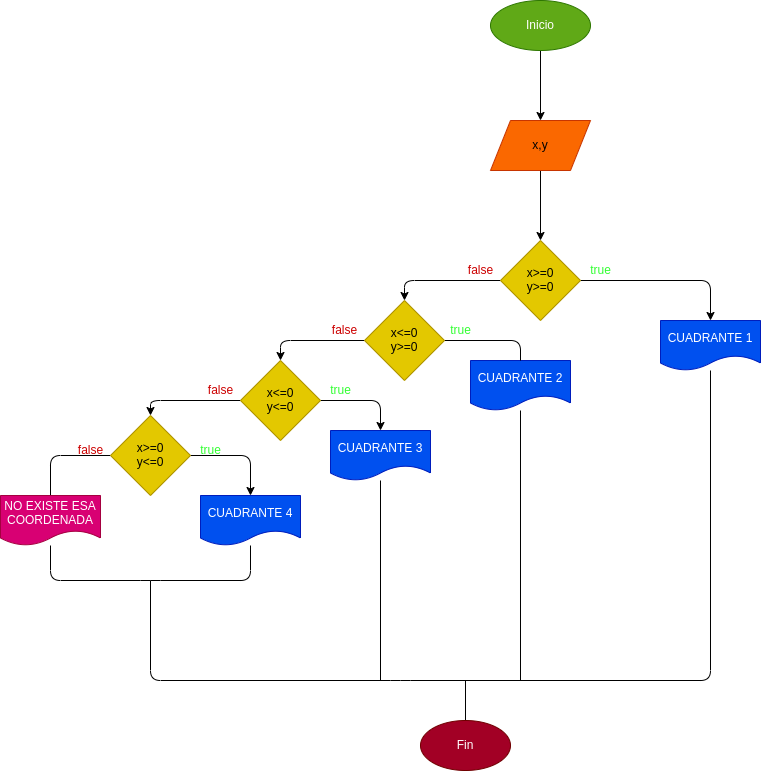
Above: ejercicio1/diagrama.png in Paugs09/estructuras_condicionales (draw.io), before the change. Source tidied: cells renumbered, new cells last; positions are measured from the earlier drawing's top-left corner, leaving out a move shared by most shapes.
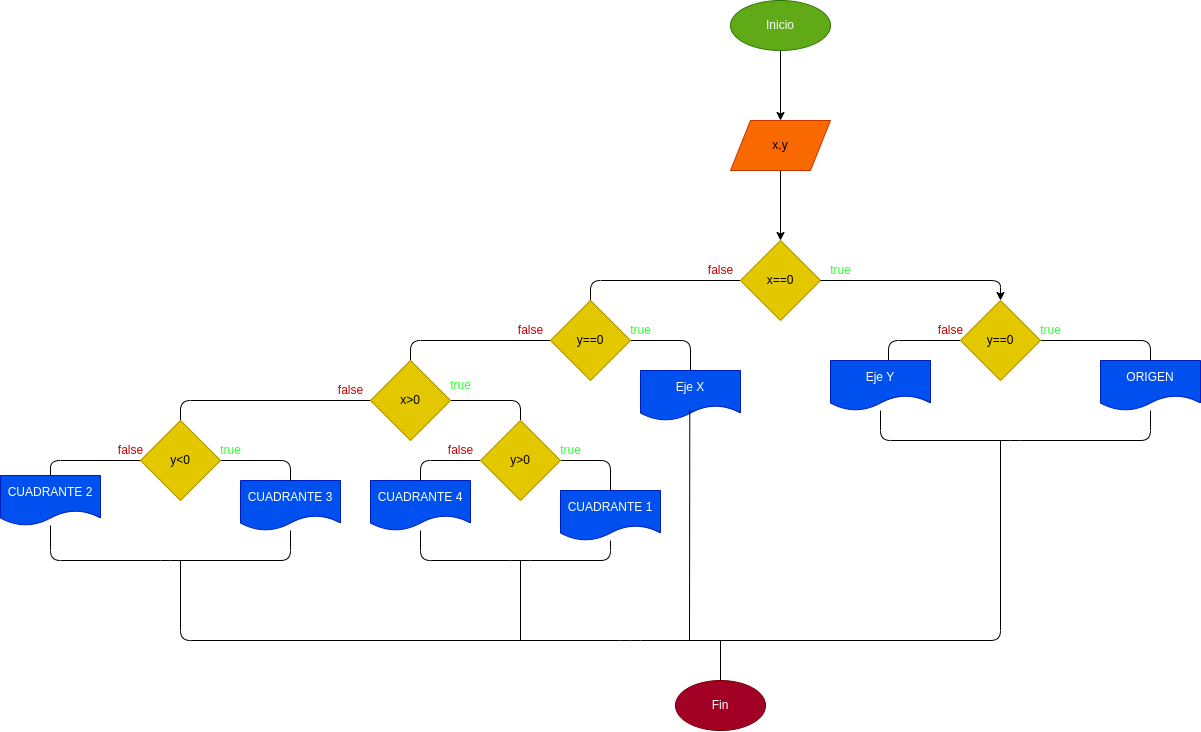
After the change.

Commit message:
Correcion diagrama1

What changed in the source:
```diff
@@ -14,149 +14,222 @@
     <mxCell id="5" value="x,y" style="shape=parallelogram;perimeter=parallelogramPerimeter;whiteSpace=wrap;html=1;fixedSize=1;fillColor=#fa6800;fontColor=#000000;strokeColor=#C73500;" parent="1" vertex="1">
       <mxGeometry x="490" y="120" width="100" height="50" as="geometry" />
     </mxCell>
-    <mxCell id="6" style="edgeStyle=none;html=1;" parent="1" edge="1" source="8" target="10">
-      <mxGeometry relative="1" as="geometry">
-        <Array as="points">
-          <mxPoint x="710" y="280" />
-        </Array>
-      </mxGeometry>
-    </mxCell>
-    <mxCell id="7" style="edgeStyle=none;html=1;" parent="1" edge="1" source="8" target="21">
-      <mxGeometry relative="1" as="geometry">
-        <Array as="points">
-          <mxPoint x="404" y="280" />
-        </Array>
-      </mxGeometry>
-    </mxCell>
+    <mxCell id="37" style="edgeStyle=none;html=1;startArrow=none;startFill=0;endArrow=none;endFill=0;" parent="1" edge="1" source="8" target="54">
+      <mxGeometry relative="1" as="geometry">
+        <Array as="points">
+          <mxPoint x="350" y="280" />
+        </Array>
+      </mxGeometry>
+    </mxCell>
-    <mxCell id="8" value="x&amp;gt;=0&lt;br&gt;y&amp;gt;=0" style="rhombus;whiteSpace=wrap;html=1;fillColor=#e3c800;fontColor=#000000;strokeColor=#B09500;" parent="1" vertex="1">
+    <mxCell id="8" value="x==0" style="rhombus;whiteSpace=wrap;html=1;fillColor=#e3c800;fontColor=#000000;strokeColor=#B09500;" parent="1" vertex="1">
       <mxGeometry x="500" y="240" width="80" height="80" as="geometry" />
     </mxCell>
-    <mxCell id="9" style="edgeStyle=none;html=1;endArrow=none;endFill=0;" parent="1" edge="1" source="10">
-      <mxGeometry relative="1" as="geometry">
-        <mxPoint x="150" y="580" as="targetPoint" />
-        <Array as="points">
-          <mxPoint x="710" y="680" />
-          <mxPoint x="400" y="680" />
-          <mxPoint x="150" y="680" />
-        </Array>
-      </mxGeometry>
-    </mxCell>
     <mxCell id="10" value="CUADRANTE 1" style="shape=document;whiteSpace=wrap;html=1;boundedLbl=1;fillColor=#0050ef;fontColor=#ffffff;strokeColor=#001DBC;" parent="1" vertex="1">
-      <mxGeometry x="660" y="320" width="100" height="50" as="geometry" />
+      <mxGeometry x="320" y="490" width="100" height="50" as="geometry" />
     </mxCell>
-    <mxCell id="11" style="edgeStyle=none;html=1;endArrow=none;endFill=0;" parent="1" edge="1" source="12">
-      <mxGeometry relative="1" as="geometry">
-        <mxPoint x="520" y="680" as="targetPoint" />
-      </mxGeometry>
-    </mxCell>
+    <mxCell id="38" style="edgeStyle=none;html=1;startArrow=none;startFill=0;endArrow=none;endFill=0;" parent="1" edge="1" source="12" target="15">
+      <mxGeometry relative="1" as="geometry">
+        <Array as="points">
+          <mxPoint x="-190" y="560" />
+          <mxPoint x="-70" y="560" />
+          <mxPoint x="50" y="560" />
+        </Array>
+      </mxGeometry>
+    </mxCell>
     <mxCell id="12" value="CUADRANTE 2" style="shape=document;whiteSpace=wrap;html=1;boundedLbl=1;fillColor=#0050ef;fontColor=#ffffff;strokeColor=#001DBC;" parent="1" vertex="1">
-      <mxGeometry x="470" y="360" width="100" height="50" as="geometry" />
+      <mxGeometry x="-240" y="475" width="100" height="50" as="geometry" />
     </mxCell>
+    <mxCell id="39" style="edgeStyle=none;html=1;startArrow=none;startFill=0;endArrow=none;endFill=0;" parent="1" edge="1" source="13" target="10">
+      <mxGeometry relative="1" as="geometry">
+        <Array as="points">
+          <mxPoint x="180" y="560" />
+          <mxPoint x="280" y="560" />
+          <mxPoint x="370" y="560" />
+        </Array>
+      </mxGeometry>
+    </mxCell>
+    <mxCell id="40" style="edgeStyle=none;html=1;startArrow=none;startFill=0;endArrow=none;endFill=0;" parent="1" edge="1">
+      <mxGeometry relative="1" as="geometry">
+        <mxPoint x="280" y="560" as="sourcePoint" />
+        <mxPoint x="280" y="640" as="targetPoint" />
+      </mxGeometry>
+    </mxCell>
     <mxCell id="13" value="CUADRANTE 4" style="shape=document;whiteSpace=wrap;html=1;boundedLbl=1;fillColor=#0050ef;fontColor=#ffffff;strokeColor=#001DBC;" parent="1" vertex="1">
-      <mxGeometry x="200" y="495" width="100" height="50" as="geometry" />
+      <mxGeometry x="130" y="480" width="100" height="50" as="geometry" />
     </mxCell>
-    <mxCell id="14" style="edgeStyle=none;html=1;endArrow=none;endFill=0;" parent="1" edge="1" source="15">
-      <mxGeometry relative="1" as="geometry">
-        <mxPoint x="380" y="680" as="targetPoint" />
-      </mxGeometry>
-    </mxCell>
     <mxCell id="15" value="CUADRANTE 3" style="shape=document;whiteSpace=wrap;html=1;boundedLbl=1;fillColor=#0050ef;fontColor=#ffffff;strokeColor=#001DBC;" parent="1" vertex="1">
-      <mxGeometry x="330" y="430" width="100" height="50" as="geometry" />
+      <mxGeometry y="480" width="100" height="50" as="geometry" />
     </mxCell>
-    <mxCell id="16" style="edgeStyle=none;html=1;" parent="1" edge="1" source="18" target="13">
-      <mxGeometry relative="1" as="geometry">
-        <Array as="points">
-          <mxPoint x="250" y="455" />
-        </Array>
-      </mxGeometry>
-    </mxCell>
-    <mxCell id="17" style="edgeStyle=none;html=1;endArrow=none;endFill=0;" parent="1" edge="1" source="18" target="26">
-      <mxGeometry relative="1" as="geometry">
-        <Array as="points">
-          <mxPoint x="50" y="455" />
-        </Array>
-      </mxGeometry>
-    </mxCell>
-    <mxCell id="18" value="x&amp;gt;=0&lt;br&gt;y&amp;lt;=0" style="rhombus;whiteSpace=wrap;html=1;fillColor=#e3c800;fontColor=#000000;strokeColor=#B09500;" parent="1" vertex="1">
-      <mxGeometry x="110" y="415" width="80" height="80" as="geometry" />
-    </mxCell>
-    <mxCell id="19" style="edgeStyle=none;html=1;" parent="1" edge="1" source="21" target="24">
-      <mxGeometry relative="1" as="geometry">
-        <Array as="points">
-          <mxPoint x="280" y="340" />
-        </Array>
-      </mxGeometry>
-    </mxCell>
-    <mxCell id="20" style="edgeStyle=none;html=1;endArrow=none;endFill=0;" parent="1" edge="1" source="21" target="12">
-      <mxGeometry relative="1" as="geometry">
-        <Array as="points">
-          <mxPoint x="520" y="340" />
-        </Array>
-      </mxGeometry>
-    </mxCell>
-    <mxCell id="21" value="x&amp;lt;=0&lt;br&gt;y&amp;gt;=0" style="rhombus;whiteSpace=wrap;html=1;fillColor=#e3c800;fontColor=#000000;strokeColor=#B09500;" parent="1" vertex="1">
-      <mxGeometry x="364" y="300" width="80" height="80" as="geometry" />
-    </mxCell>
-    <mxCell id="22" style="edgeStyle=none;html=1;" parent="1" edge="1" source="24" target="18">
-      <mxGeometry relative="1" as="geometry">
-        <Array as="points">
-          <mxPoint x="150" y="400" />
-        </Array>
-      </mxGeometry>
-    </mxCell>
-    <mxCell id="23" style="edgeStyle=none;html=1;" parent="1" edge="1" source="24" target="15">
-      <mxGeometry relative="1" as="geometry">
-        <Array as="points">
-          <mxPoint x="380" y="400" />
-        </Array>
-      </mxGeometry>
-    </mxCell>
-    <mxCell id="24" value="x&amp;lt;=0&lt;br&gt;y&amp;lt;=0" style="rhombus;whiteSpace=wrap;html=1;fillColor=#e3c800;fontColor=#000000;strokeColor=#B09500;" parent="1" vertex="1">
-      <mxGeometry x="240" y="360" width="80" height="80" as="geometry" />
-    </mxCell>
-    <mxCell id="25" style="edgeStyle=none;html=1;endArrow=none;endFill=0;" parent="1" edge="1" source="26" target="13">
-      <mxGeometry relative="1" as="geometry">
-        <Array as="points">
-          <mxPoint x="50" y="580" />
-          <mxPoint x="150" y="580" />
-          <mxPoint x="250" y="580" />
-        </Array>
-      </mxGeometry>
-    </mxCell>
-    <mxCell id="26" value="NO EXISTE ESA COORDENADA" style="shape=document;whiteSpace=wrap;html=1;boundedLbl=1;fillColor=#d80073;fontColor=#ffffff;strokeColor=#A50040;" parent="1" vertex="1">
-      <mxGeometry y="495" width="100" height="50" as="geometry" />
-    </mxCell>
-    <mxCell id="27" style="edgeStyle=none;html=1;endArrow=none;endFill=0;" parent="1" edge="1" source="28">
-      <mxGeometry relative="1" as="geometry">
-        <mxPoint x="465" y="680" as="targetPoint" />
-      </mxGeometry>
-    </mxCell>
+    <mxCell id="41" style="edgeStyle=none;html=1;startArrow=none;startFill=0;endArrow=none;endFill=0;" parent="1" edge="1" source="28">
+      <mxGeometry relative="1" as="geometry">
+        <mxPoint x="480" y="640" as="targetPoint" />
+      </mxGeometry>
+    </mxCell>
     <mxCell id="28" value="Fin" style="ellipse;whiteSpace=wrap;html=1;fillColor=#a20025;fontColor=#ffffff;strokeColor=#6F0000;" parent="1" vertex="1">
-      <mxGeometry x="420" y="720" width="90" height="50" as="geometry" />
+      <mxGeometry x="435" y="680" width="90" height="50" as="geometry" />
     </mxCell>
     <mxCell id="29" value="true" style="text;html=1;align=center;verticalAlign=middle;fontColor=#33FF33;" parent="1" vertex="1">
       <mxGeometry x="580" y="260" width="40" height="20" as="geometry" />
     </mxCell>
     <mxCell id="30" value="true" style="text;html=1;align=center;verticalAlign=middle;fontColor=#33FF33;" parent="1" vertex="1">
-      <mxGeometry x="440" y="320" width="40" height="20" as="geometry" />
+      <mxGeometry x="380" y="320" width="40" height="20" as="geometry" />
     </mxCell>
     <mxCell id="31" value="true" style="text;html=1;align=center;verticalAlign=middle;fontColor=#33FF33;" parent="1" vertex="1">
-      <mxGeometry x="320" y="380" width="40" height="20" as="geometry" />
+      <mxGeometry x="200" y="375" width="40" height="20" as="geometry" />
     </mxCell>
     <mxCell id="32" value="true" style="text;html=1;align=center;verticalAlign=middle;fontColor=#33FF33;" parent="1" vertex="1">
-      <mxGeometry x="190" y="440" width="40" height="20" as="geometry" />
+      <mxGeometry x="310" y="440" width="40" height="20" as="geometry" />
     </mxCell>
     <mxCell id="33" value="false" style="text;html=1;align=center;verticalAlign=middle;strokeColor=none;fillColor=none;fontColor=#CC0000;" parent="1" vertex="1">
-      <mxGeometry x="460" y="260" width="40" height="20" as="geometry" />
+      <mxGeometry x="90" y="380" width="40" height="20" as="geometry" />
     </mxCell>
     <mxCell id="34" value="false" style="text;html=1;align=center;verticalAlign=middle;strokeColor=none;fillColor=none;fontColor=#CC0000;" parent="1" vertex="1">
-      <mxGeometry x="324" y="320" width="40" height="20" as="geometry" />
+      <mxGeometry x="-130" y="440" width="40" height="20" as="geometry" />
     </mxCell>
     <mxCell id="35" value="false" style="text;html=1;align=center;verticalAlign=middle;strokeColor=none;fillColor=none;fontColor=#CC0000;" parent="1" vertex="1">
-      <mxGeometry x="200" y="380" width="40" height="20" as="geometry" />
+      <mxGeometry x="270" y="320" width="40" height="20" as="geometry" />
     </mxCell>
     <mxCell id="36" value="false" style="text;html=1;align=center;verticalAlign=middle;strokeColor=none;fillColor=none;fontColor=#CC0000;" parent="1" vertex="1">
-      <mxGeometry x="70" y="440" width="40" height="20" as="geometry" />
+      <mxGeometry x="200" y="440" width="40" height="20" as="geometry" />
     </mxCell>
+    <mxCell id="42" style="edgeStyle=none;html=1;startArrow=classic;startFill=1;endArrow=none;endFill=0;" parent="1" edge="1" source="45" target="8">
+      <mxGeometry relative="1" as="geometry">
+        <Array as="points">
+          <mxPoint x="760" y="280" />
+        </Array>
+      </mxGeometry>
+    </mxCell>
+    <mxCell id="43" style="edgeStyle=none;html=1;startArrow=none;startFill=0;endArrow=none;endFill=0;" parent="1" edge="1" source="45" target="46">
+      <mxGeometry relative="1" as="geometry">
+        <Array as="points">
+          <mxPoint x="910" y="340" />
+        </Array>
+      </mxGeometry>
+    </mxCell>
+    <mxCell id="44" style="edgeStyle=none;html=1;entryX=0.58;entryY=0.8;entryDx=0;entryDy=0;entryPerimeter=0;startArrow=none;startFill=0;endArrow=classic;endFill=1;" parent="1" edge="1" source="45" target="49">
+      <mxGeometry relative="1" as="geometry">
+        <Array as="points">
+          <mxPoint x="648" y="340" />
+        </Array>
+      </mxGeometry>
+    </mxCell>
+    <mxCell id="45" value="y==0" style="rhombus;whiteSpace=wrap;html=1;fillColor=#e3c800;fontColor=#000000;strokeColor=#B09500;" parent="1" vertex="1">
+      <mxGeometry x="720" y="300" width="80" height="80" as="geometry" />
+    </mxCell>
+    <mxCell id="46" value="ORIGEN" style="shape=document;whiteSpace=wrap;html=1;boundedLbl=1;fillColor=#0050ef;fontColor=#ffffff;strokeColor=#001DBC;" parent="1" vertex="1">
+      <mxGeometry x="860" y="360" width="100" height="50" as="geometry" />
+    </mxCell>
+    <mxCell id="47" style="edgeStyle=none;html=1;startArrow=none;startFill=0;endArrow=none;endFill=0;" parent="1" edge="1" source="49" target="46">
+      <mxGeometry relative="1" as="geometry">
+        <Array as="points">
+          <mxPoint x="640" y="440" />
+          <mxPoint x="770" y="440" />
+          <mxPoint x="910" y="440" />
+        </Array>
+      </mxGeometry>
+    </mxCell>
+    <mxCell id="48" style="edgeStyle=none;html=1;startArrow=none;startFill=0;endArrow=none;endFill=0;" parent="1" edge="1">
+      <mxGeometry relative="1" as="geometry">
+        <mxPoint x="760" y="440" as="sourcePoint" />
+        <mxPoint x="-60" y="560" as="targetPoint" />
+        <Array as="points">
+          <mxPoint x="760" y="640" />
+          <mxPoint x="390" y="640" />
+          <mxPoint x="-60" y="640" />
+        </Array>
+      </mxGeometry>
+    </mxCell>
+    <mxCell id="49" value="Eje Y" style="shape=document;whiteSpace=wrap;html=1;boundedLbl=1;fillColor=#0050ef;fontColor=#ffffff;strokeColor=#001DBC;" parent="1" vertex="1">
+      <mxGeometry x="590" y="360" width="100" height="50" as="geometry" />
+    </mxCell>
+    <mxCell id="50" value="true" style="text;html=1;align=center;verticalAlign=middle;fontColor=#33FF33;" parent="1" vertex="1">
+      <mxGeometry x="790" y="320" width="40" height="20" as="geometry" />
+    </mxCell>
+    <mxCell id="51" value="false" style="text;html=1;align=center;verticalAlign=middle;strokeColor=none;fillColor=none;fontColor=#CC0000;" parent="1" vertex="1">
+      <mxGeometry x="690" y="320" width="40" height="20" as="geometry" />
+    </mxCell>
+    <mxCell id="52" style="edgeStyle=none;html=1;startArrow=none;startFill=0;endArrow=none;endFill=0;" parent="1" edge="1" source="54" target="55">
+      <mxGeometry relative="1" as="geometry">
+        <Array as="points">
+          <mxPoint x="450" y="340" />
+        </Array>
+      </mxGeometry>
+    </mxCell>
+    <mxCell id="53" style="edgeStyle=none;html=1;startArrow=none;startFill=0;endArrow=none;endFill=0;" parent="1" edge="1" source="54" target="58">
+      <mxGeometry relative="1" as="geometry">
+        <Array as="points">
+          <mxPoint x="170" y="340" />
+        </Array>
+      </mxGeometry>
+    </mxCell>
+    <mxCell id="54" value="y==0" style="rhombus;whiteSpace=wrap;html=1;fillColor=#e3c800;fontColor=#000000;strokeColor=#B09500;" parent="1" vertex="1">
+      <mxGeometry x="310" y="300" width="80" height="80" as="geometry" />
+    </mxCell>
+    <mxCell id="55" value="Eje X" style="shape=document;whiteSpace=wrap;html=1;boundedLbl=1;fillColor=#0050ef;fontColor=#ffffff;strokeColor=#001DBC;" parent="1" vertex="1">
+      <mxGeometry x="400" y="370" width="100" height="50" as="geometry" />
+    </mxCell>
+    <mxCell id="56" style="edgeStyle=none;html=1;startArrow=none;startFill=0;endArrow=none;endFill=0;" parent="1" edge="1" source="58" target="61">
+      <mxGeometry relative="1" as="geometry">
+        <Array as="points">
+          <mxPoint x="280" y="400" />
+        </Array>
+      </mxGeometry>
+    </mxCell>
+    <mxCell id="57" style="edgeStyle=none;html=1;startArrow=none;startFill=0;endArrow=none;endFill=0;" parent="1" edge="1" source="58" target="64">
+      <mxGeometry relative="1" as="geometry">
+        <Array as="points">
+          <mxPoint x="-60" y="400" />
+        </Array>
+      </mxGeometry>
+    </mxCell>
+    <mxCell id="58" value="x&amp;gt;0" style="rhombus;whiteSpace=wrap;html=1;fillColor=#e3c800;fontColor=#000000;strokeColor=#B09500;" parent="1" vertex="1">
+      <mxGeometry x="130" y="360" width="80" height="80" as="geometry" />
+    </mxCell>
+    <mxCell id="59" style="edgeStyle=none;html=1;startArrow=none;startFill=0;endArrow=none;endFill=0;" parent="1" edge="1" source="61" target="13">
+      <mxGeometry relative="1" as="geometry">
+        <Array as="points">
+          <mxPoint x="180" y="460" />
+        </Array>
+      </mxGeometry>
+    </mxCell>
+    <mxCell id="60" style="edgeStyle=none;html=1;startArrow=none;startFill=0;endArrow=none;endFill=0;" parent="1" edge="1" source="61" target="10">
+      <mxGeometry relative="1" as="geometry">
+        <Array as="points">
+          <mxPoint x="370" y="460" />
+        </Array>
+      </mxGeometry>
+    </mxCell>
+    <mxCell id="61" value="y&amp;gt;0" style="rhombus;whiteSpace=wrap;html=1;fillColor=#e3c800;fontColor=#000000;strokeColor=#B09500;" parent="1" vertex="1">
+      <mxGeometry x="240" y="420" width="80" height="80" as="geometry" />
+    </mxCell>
+    <mxCell id="62" style="edgeStyle=none;html=1;startArrow=none;startFill=0;endArrow=none;endFill=0;" parent="1" edge="1" source="64" target="15">
+      <mxGeometry relative="1" as="geometry">
+        <Array as="points">
+          <mxPoint x="50" y="460" />
+        </Array>
+      </mxGeometry>
+    </mxCell>
+    <mxCell id="63" style="edgeStyle=none;html=1;startArrow=none;startFill=0;endArrow=none;endFill=0;" parent="1" edge="1" source="64" target="12">
+      <mxGeometry relative="1" as="geometry">
+        <Array as="points">
+          <mxPoint x="-190" y="460" />
+        </Array>
+      </mxGeometry>
+    </mxCell>
+    <mxCell id="64" value="y&amp;lt;0" style="rhombus;whiteSpace=wrap;html=1;fillColor=#e3c800;fontColor=#000000;strokeColor=#B09500;" parent="1" vertex="1">
+      <mxGeometry x="-100" y="420" width="80" height="80" as="geometry" />
+    </mxCell>
+    <mxCell id="65" value="true" style="text;html=1;align=center;verticalAlign=middle;fontColor=#33FF33;" parent="1" vertex="1">
+      <mxGeometry x="-30" y="440" width="40" height="20" as="geometry" />
+    </mxCell>
+    <mxCell id="66" value="false" style="text;html=1;align=center;verticalAlign=middle;strokeColor=none;fillColor=none;fontColor=#CC0000;" parent="1" vertex="1">
+      <mxGeometry x="460" y="260" width="40" height="20" as="geometry" />
+    </mxCell>
+    <mxCell id="67" style="edgeStyle=none;html=1;startArrow=none;startFill=0;endArrow=none;endFill=0;" parent="1" edge="1">
+      <mxGeometry relative="1" as="geometry">
+        <mxPoint x="449.3" y="410" as="sourcePoint" />
+        <mxPoint x="449" y="640" as="targetPoint" />
+      </mxGeometry>
+    </mxCell>
   </root>
 </mxGraphModel>
```
